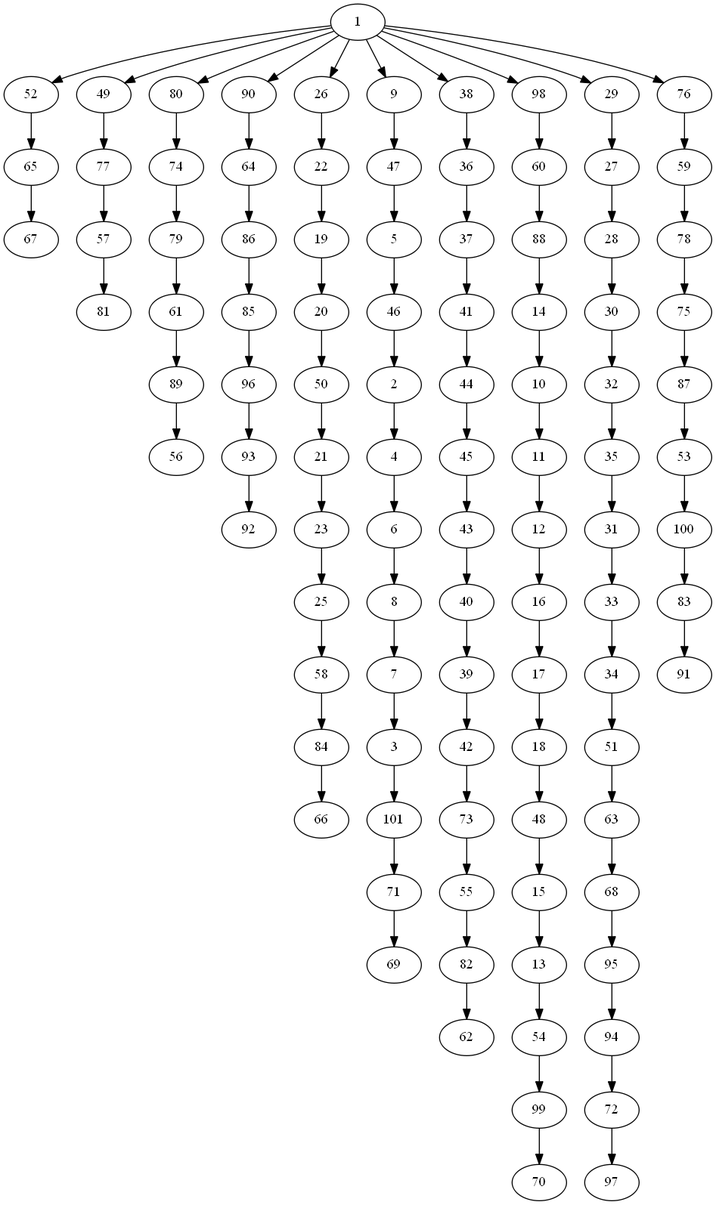
CrowMash/MetaHeuristique keeps this Graphviz diagram as res/diag.png. Above is the earlier version. Its source is kept beside it as res/diag.dot.
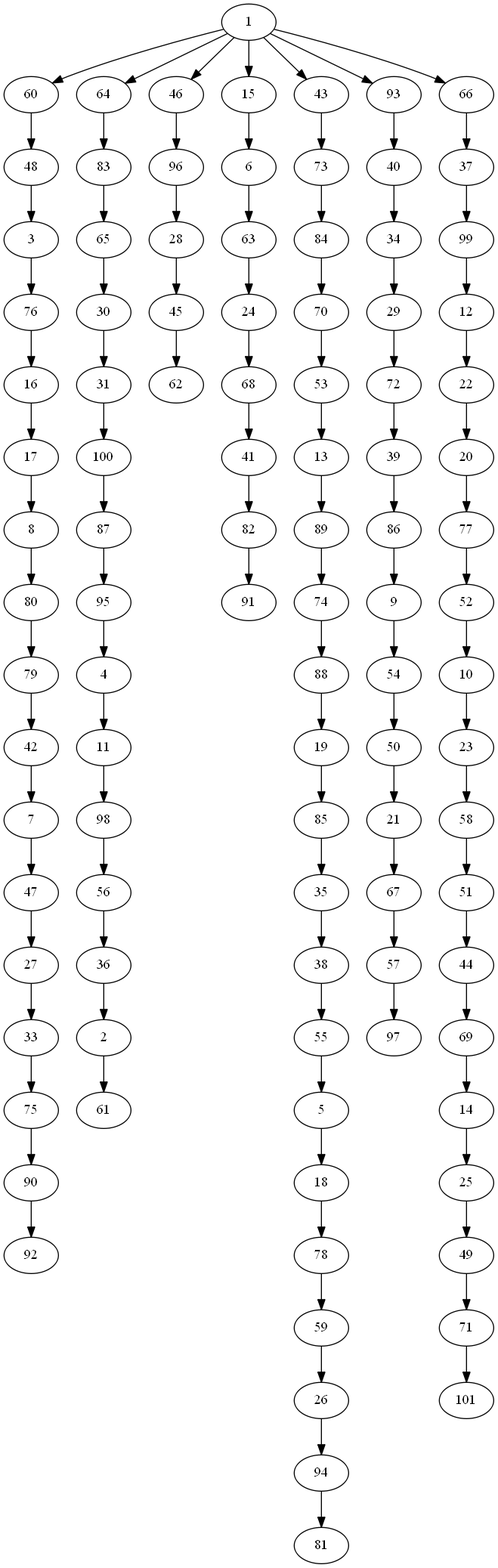
The same diagram one commit later.

The edit, as a diff of the source:
```diff
@@ -1,11 +1,10 @@
 digraph camion {
-1 -> 72 -> 94 -> 97;
-1 -> 80 -> 74 -> 79 -> 61 -> 89 -> 56;
-1 -> 90 -> 77 -> 52 -> 64 -> 86 -> 85 -> 96 -> 57 -> 92;
-1 -> 27 -> 29 -> 34 -> 33 -> 31 -> 30 -> 32 -> 35 -> 51 -> 63 -> 68 -> 95 -> 93 -> 81;
-1 -> 2 -> 4 -> 6 -> 7 -> 8 -> 9 -> 47 -> 46 -> 5 -> 3 -> 101 -> 71 -> 69;
-1 -> 13 -> 15 -> 48 -> 18 -> 17 -> 16 -> 14 -> 10 -> 12 -> 11 -> 54 -> 99 -> 70;
-1 -> 76 -> 59 -> 78 -> 26 -> 24 -> 22 -> 49 -> 19 -> 20 -> 50 -> 21 -> 23 -> 25 -> 58 -> 84 -> 65 -> 67 -> 66;
-1 -> 98 -> 60 -> 88 -> 75 -> 87 -> 53 -> 100 -> 83 -> 91;
-1 -> 36 -> 37 -> 38 -> 39 -> 40 -> 41 -> 44 -> 45 -> 43 -> 42 -> 73 -> 55 -> 82 -> 62;
+1;
+1 -> 60 -> 48 -> 3 -> 76 -> 16 -> 17 -> 8 -> 80 -> 79 -> 42 -> 7 -> 47 -> 27 -> 33 -> 75 -> 90 -> 92;
+1 -> 64 -> 83 -> 65 -> 30 -> 31 -> 100 -> 87 -> 95 -> 4 -> 11 -> 98 -> 56 -> 36 -> 2 -> 61;
+1 -> 46 -> 96 -> 28 -> 45 -> 62;
+1 -> 15 -> 6 -> 63 -> 24 -> 68 -> 41 -> 82 -> 91;
+1 -> 43 -> 73 -> 84 -> 70 -> 53 -> 13 -> 89 -> 74 -> 88 -> 19 -> 85 -> 35 -> 38 -> 55 -> 5 -> 18 -> 78 -> 59 -> 26 -> 94 -> 81;
+1 -> 93 -> 40 -> 34 -> 29 -> 72 -> 39 -> 86 -> 9 -> 54 -> 50 -> 21 -> 67 -> 57 -> 97;
+1 -> 66 -> 37 -> 99 -> 12 -> 22 -> 20 -> 77 -> 52 -> 10 -> 23 -> 58 -> 51 -> 44 -> 69 -> 14 -> 25 -> 49 -> 71 -> 101;
 }
```
